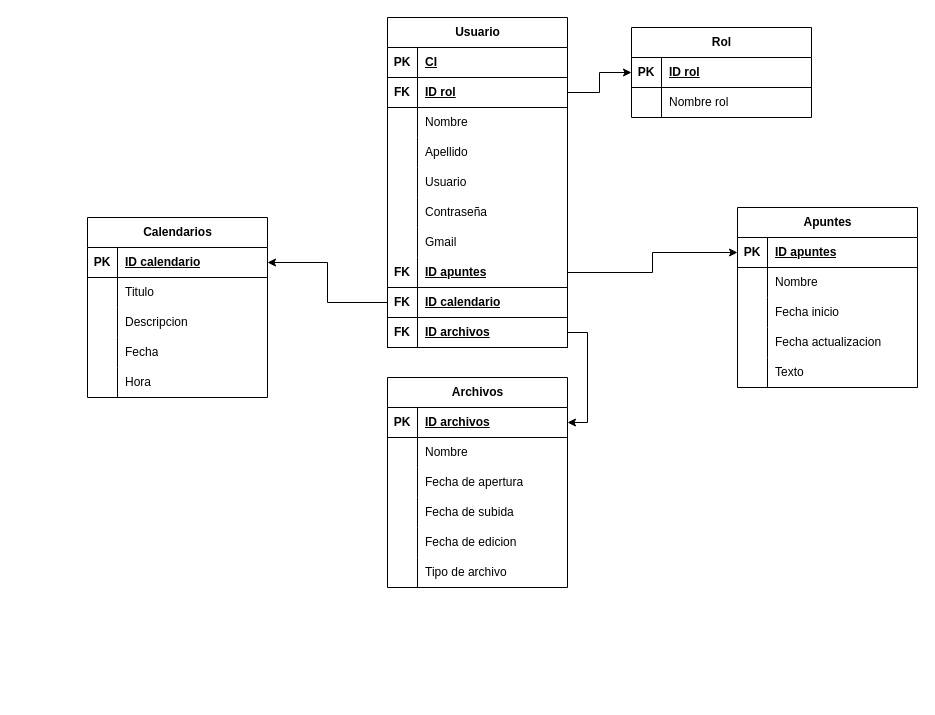
Before: EDUCONNECTMR.drawio in Arcxcad/3ro-bt-informatica, a draw.io diagram. Source tidied: cells renumbered, new cells numbered last; positions are measured from the earlier drawing's top-left corner, leaving out a move shared by most shapes. Both pictures are drawn from the tidied source at 100%, with x=0, y=0 at pixel (87, 17).
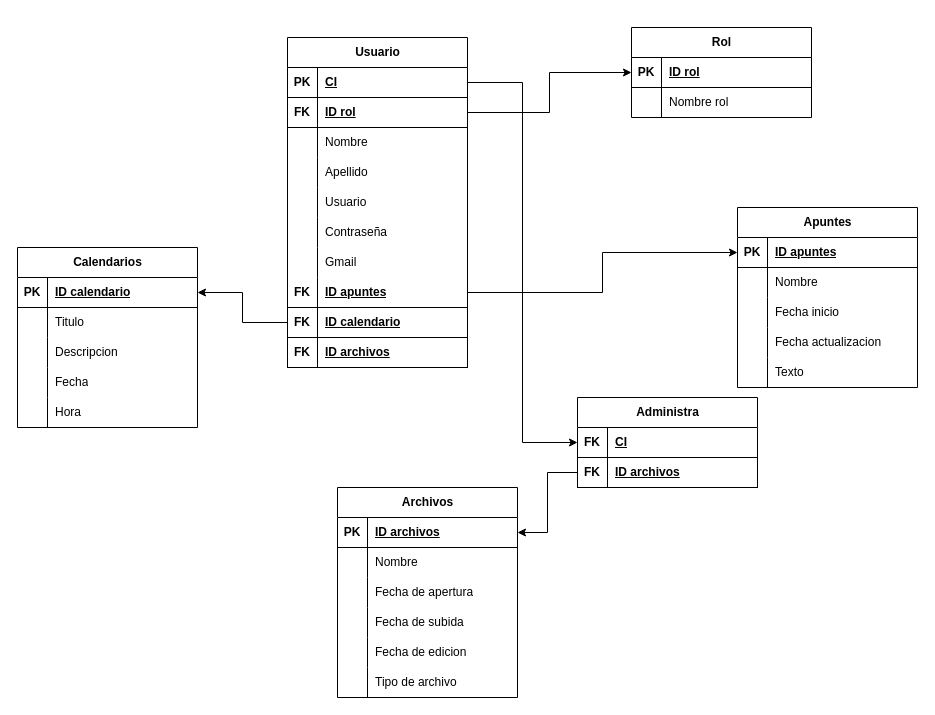
Above is the later version.

Unchanged cells that the change refers to:
```xml
<mxCell id="3" style="shape=tableRow;horizontal=0;startSize=0;swimlaneHead=0;swimlaneBody=0;fillColor=none;points=[[0,0.5],[1,0.5]];portConstraint=eastwest;top=0;left=0;right=0;bottom=1;" parent="2" vertex="1">
  <mxGeometry y="30" width="180" height="30" as="geometry" />
</mxCell>
<mxCell id="30" style="shape=tableRow;horizontal=0;startSize=0;swimlaneHead=0;swimlaneBody=0;fillColor=none;points=[[0,0.5],[1,0.5]];portConstraint=eastwest;top=0;left=0;right=0;bottom=1;" parent="2" vertex="1">
  <mxGeometry y="300" width="180" height="30" as="geometry" />
</mxCell>
<mxCell id="66" style="shape=tableRow;horizontal=0;startSize=0;swimlaneHead=0;swimlaneBody=0;fillColor=none;points=[[0,0.5],[1,0.5]];portConstraint=eastwest;top=0;left=0;right=0;bottom=1;" parent="65" vertex="1">
  <mxGeometry y="30" width="180" height="30" as="geometry" />
</mxCell>
```

The edit, as a diff of the source:
```diff
@@
     <mxCell id="2" value="Usuario" style="shape=table;startSize=30;childLayout=tableLayout;rowLines=0;fontStyle=1;align=center;html=1;" parent="1" vertex="1">
-      <mxGeometry x="300" width="180" height="330" as="geometry" />
+      <mxGeometry x="200" y="20" width="180" height="330" as="geometry" />
     </mxCell>
@@
     <mxCell id="33" value="Calendarios" style="shape=table;startSize=30;childLayout=tableLayout;rowLines=0;fontStyle=1;align=center;html=1;" parent="1" vertex="1">
-      <mxGeometry y="200" width="180" height="180" as="geometry" />
+      <mxGeometry x="-70" y="230" width="180" height="180" as="geometry" />
     </mxCell>
@@
     <mxCell id="65" value="Archivos" style="shape=table;startSize=30;childLayout=tableLayout;rowLines=0;fontStyle=1;align=center;html=1;" parent="1" vertex="1">
-      <mxGeometry x="300" y="360" width="180" height="210" as="geometry" />
+      <mxGeometry x="250" y="470" width="180" height="210" as="geometry" />
     </mxCell>
@@
-    <mxCell id="94" style="edgeStyle=orthogonalEdgeStyle;rounded=0;jettySize=auto;html=1;exitX=1;exitY=0.5;exitDx=0;exitDy=0;entryX=1;entryY=0.5;entryDx=0;entryDy=0;" parent="1" edge="1" source="30" target="66">
-      <mxGeometry relative="1" as="geometry" />
-    </mxCell>
+    <mxCell id="95" value="Administra" style="shape=table;startSize=30;childLayout=tableLayout;rowLines=0;fontStyle=1;align=center;html=1;" parent="1" vertex="1">
+      <mxGeometry x="490" y="380" width="180" height="90" as="geometry" />
+    </mxCell>
+    <mxCell id="96" style="shape=tableRow;horizontal=0;startSize=0;swimlaneHead=0;swimlaneBody=0;fillColor=none;points=[[0,0.5],[1,0.5]];portConstraint=eastwest;top=0;left=0;right=0;bottom=1;" parent="95" vertex="1">
+      <mxGeometry y="30" width="180" height="30" as="geometry" />
+    </mxCell>
+    <mxCell id="97" value="FK" style="shape=partialRectangle;fillColor=none;top=0;left=0;bottom=0;right=0;fontStyle=1;overflow=hidden;whiteSpace=wrap;html=1;" parent="96" vertex="1">
+      <mxGeometry width="30" height="30" as="geometry" />
+    </mxCell>
+    <mxCell id="98" value="CI" style="shape=partialRectangle;fillColor=none;top=0;left=0;bottom=0;right=0;align=left;spacingLeft=6;fontStyle=5;overflow=hidden;whiteSpace=wrap;html=1;" parent="96" vertex="1">
+      <mxGeometry x="30" width="150" height="30" as="geometry" />
+    </mxCell>
+    <mxCell id="99" style="shape=tableRow;horizontal=0;startSize=0;swimlaneHead=0;swimlaneBody=0;fillColor=none;points=[[0,0.5],[1,0.5]];portConstraint=eastwest;top=0;left=0;right=0;bottom=1;" parent="95" vertex="1">
+      <mxGeometry y="60" width="180" height="30" as="geometry" />
+    </mxCell>
+    <mxCell id="100" value="FK" style="shape=partialRectangle;fillColor=none;top=0;left=0;bottom=0;right=0;fontStyle=1;overflow=hidden;whiteSpace=wrap;html=1;" parent="99" vertex="1">
+      <mxGeometry width="30" height="30" as="geometry" />
+    </mxCell>
+    <mxCell id="101" value="ID archivos" style="shape=partialRectangle;fillColor=none;top=0;left=0;bottom=0;right=0;align=left;spacingLeft=6;fontStyle=5;overflow=hidden;whiteSpace=wrap;html=1;" parent="99" vertex="1">
+      <mxGeometry x="30" width="150" height="30" as="geometry" />
+    </mxCell>
+    <mxCell id="102" style="edgeStyle=orthogonalEdgeStyle;rounded=0;jettySize=auto;html=1;exitX=1;exitY=0.5;exitDx=0;exitDy=0;entryX=0;entryY=0.5;entryDx=0;entryDy=0;" parent="1" edge="1" source="3" target="96">
+      <mxGeometry relative="1" as="geometry" />
+    </mxCell>
+    <mxCell id="103" style="edgeStyle=orthogonalEdgeStyle;rounded=0;jettySize=auto;html=1;exitX=0;exitY=0.5;exitDx=0;exitDy=0;" parent="1" edge="1" source="99" target="66">
+      <mxGeometry relative="1" as="geometry" />
+    </mxCell>
```
